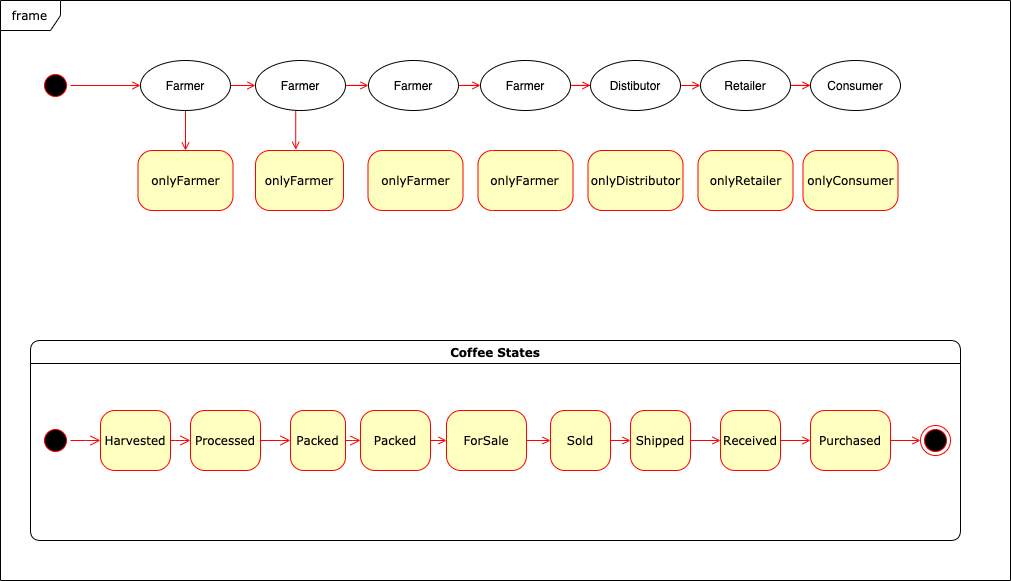
Before: images/state-diagram.png, a diagram exported from draw.io (bartosz-lipinski/supplychain-mgmt). Source tidied: cells renumbered, new cells last; positions are measured from the earlier drawing's top-left corner, leaving out a move shared by most shapes.
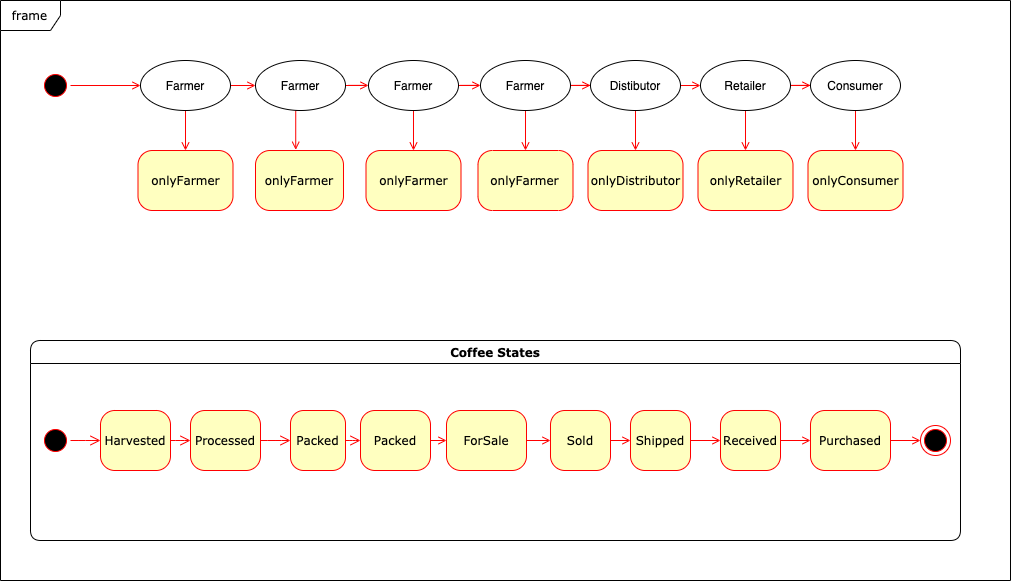
Above is the later version.

Change to the diagram source:
```diff
@@ -92,6 +92,9 @@
     <mxCell id="31" style="edgeStyle=orthogonalEdgeStyle;rounded=0;jettySize=auto;html=1;exitX=1;exitY=0.5;exitDx=0;exitDy=0;endArrow=open;endFill=0;strokeColor=#FF0000;" parent="1" edge="1" source="32" target="37">
       <mxGeometry relative="1" as="geometry" />
     </mxCell>
+    <mxCell id="49" style="edgeStyle=orthogonalEdgeStyle;rounded=0;jettySize=auto;html=1;exitX=0.5;exitY=1;exitDx=0;exitDy=0;entryX=0.5;entryY=0;entryDx=0;entryDy=0;endArrow=open;endFill=0;strokeColor=#FF0000;" parent="1" edge="1" source="32" target="44">
+      <mxGeometry relative="1" as="geometry" />
+    </mxCell>
     <mxCell id="32" value="Farmer" style="ellipse;whiteSpace=wrap;html=1;" parent="1" vertex="1">
       <mxGeometry x="368" y="60" width="90" height="50" as="geometry" />
     </mxCell>
@@ -107,21 +110,33 @@
     <mxCell id="36" style="edgeStyle=orthogonalEdgeStyle;rounded=0;jettySize=auto;html=1;exitX=1;exitY=0.5;exitDx=0;exitDy=0;endArrow=open;endFill=0;strokeColor=#FF0000;" parent="1" edge="1" source="37" target="39">
       <mxGeometry relative="1" as="geometry" />
     </mxCell>
+    <mxCell id="50" style="edgeStyle=orthogonalEdgeStyle;rounded=0;jettySize=auto;html=1;exitX=0.5;exitY=1;exitDx=0;exitDy=0;entryX=0.5;entryY=0;entryDx=0;entryDy=0;endArrow=open;endFill=0;strokeColor=#FF0000;" parent="1" edge="1" source="37" target="45">
+      <mxGeometry relative="1" as="geometry" />
+    </mxCell>
     <mxCell id="37" value="Farmer" style="ellipse;whiteSpace=wrap;html=1;" parent="1" vertex="1">
       <mxGeometry x="480" y="60" width="90" height="50" as="geometry" />
     </mxCell>
     <mxCell id="38" style="edgeStyle=orthogonalEdgeStyle;rounded=0;jettySize=auto;html=1;exitX=1;exitY=0.5;exitDx=0;exitDy=0;entryX=0;entryY=0.5;entryDx=0;entryDy=0;endArrow=open;endFill=0;strokeColor=#FF0000;" parent="1" edge="1" source="39" target="41">
       <mxGeometry relative="1" as="geometry" />
     </mxCell>
+    <mxCell id="51" style="edgeStyle=orthogonalEdgeStyle;rounded=0;jettySize=auto;html=1;exitX=0.5;exitY=1;exitDx=0;exitDy=0;entryX=0.5;entryY=0;entryDx=0;entryDy=0;endArrow=open;endFill=0;strokeColor=#FF0000;" parent="1" edge="1" source="39" target="46">
+      <mxGeometry relative="1" as="geometry" />
+    </mxCell>
     <mxCell id="39" value="Distibutor" style="ellipse;whiteSpace=wrap;html=1;" parent="1" vertex="1">
       <mxGeometry x="590" y="60" width="90" height="50" as="geometry" />
     </mxCell>
     <mxCell id="40" style="edgeStyle=orthogonalEdgeStyle;rounded=0;jettySize=auto;html=1;exitX=1;exitY=0.5;exitDx=0;exitDy=0;endArrow=open;endFill=0;strokeColor=#FF0000;" parent="1" edge="1" source="41" target="42">
       <mxGeometry relative="1" as="geometry" />
     </mxCell>
+    <mxCell id="52" style="edgeStyle=orthogonalEdgeStyle;rounded=0;jettySize=auto;html=1;exitX=0.5;exitY=1;exitDx=0;exitDy=0;entryX=0.5;entryY=0;entryDx=0;entryDy=0;endArrow=open;endFill=0;strokeColor=#FF0000;" parent="1" edge="1" source="41" target="47">
+      <mxGeometry relative="1" as="geometry" />
+    </mxCell>
     <mxCell id="41" value="Retailer" style="ellipse;whiteSpace=wrap;html=1;" parent="1" vertex="1">
       <mxGeometry x="700" y="60" width="90" height="50" as="geometry" />
     </mxCell>
+    <mxCell id="53" style="edgeStyle=orthogonalEdgeStyle;rounded=0;jettySize=auto;html=1;exitX=0.5;exitY=1;exitDx=0;exitDy=0;endArrow=open;endFill=0;strokeColor=#FF0000;" parent="1" edge="1" source="42" target="48">
+      <mxGeometry relative="1" as="geometry" />
+    </mxCell>
     <mxCell id="42" value="Consumer" style="ellipse;whiteSpace=wrap;html=1;" parent="1" vertex="1">
       <mxGeometry x="810" y="60" width="90" height="50" as="geometry" />
     </mxCell>
@@ -129,7 +144,7 @@
       <mxGeometry x="255" y="150" width="88" height="60" as="geometry" />
     </mxCell>
     <mxCell id="44" value="onlyFarmer" style="rounded=1;whiteSpace=wrap;html=1;arcSize=24;fillColor=#ffffc0;strokeColor=#ff0000;shadow=0;comic=0;labelBackgroundColor=none;fontFamily=Verdana;fontSize=12;fontColor=#000000;align=center;" parent="1" vertex="1">
-      <mxGeometry x="367.5" y="150" width="95" height="60" as="geometry" />
+      <mxGeometry x="365.5" y="150" width="95" height="60" as="geometry" />
     </mxCell>
     <mxCell id="45" value="onlyFarmer" style="rounded=1;whiteSpace=wrap;html=1;arcSize=24;fillColor=#ffffc0;strokeColor=#ff0000;shadow=0;comic=0;labelBackgroundColor=none;fontFamily=Verdana;fontSize=12;fontColor=#000000;align=center;" parent="1" vertex="1">
       <mxGeometry x="477.5" y="150" width="95" height="60" as="geometry" />
@@ -141,7 +156,7 @@
       <mxGeometry x="697.5" y="150" width="95" height="60" as="geometry" />
     </mxCell>
     <mxCell id="48" value="onlyConsumer" style="rounded=1;whiteSpace=wrap;html=1;arcSize=24;fillColor=#ffffc0;strokeColor=#ff0000;shadow=0;comic=0;labelBackgroundColor=none;fontFamily=Verdana;fontSize=12;fontColor=#000000;align=center;" parent="1" vertex="1">
-      <mxGeometry x="802.5" y="150" width="95" height="60" as="geometry" />
+      <mxGeometry x="807.5" y="150" width="95" height="60" as="geometry" />
     </mxCell>
   </root>
 </mxGraphModel>
```
